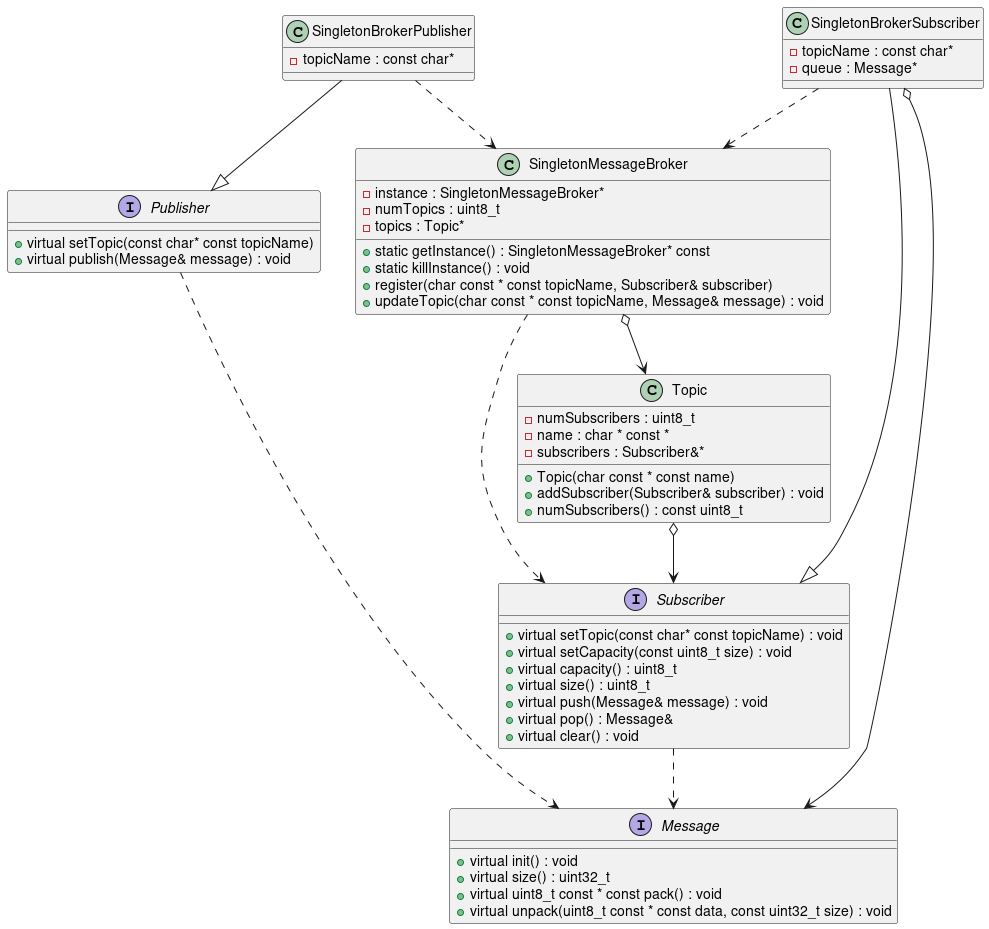
This is design/message-classes.png from The-Arkitekt/the-robot, a PlantUML export, as it was before one commit.
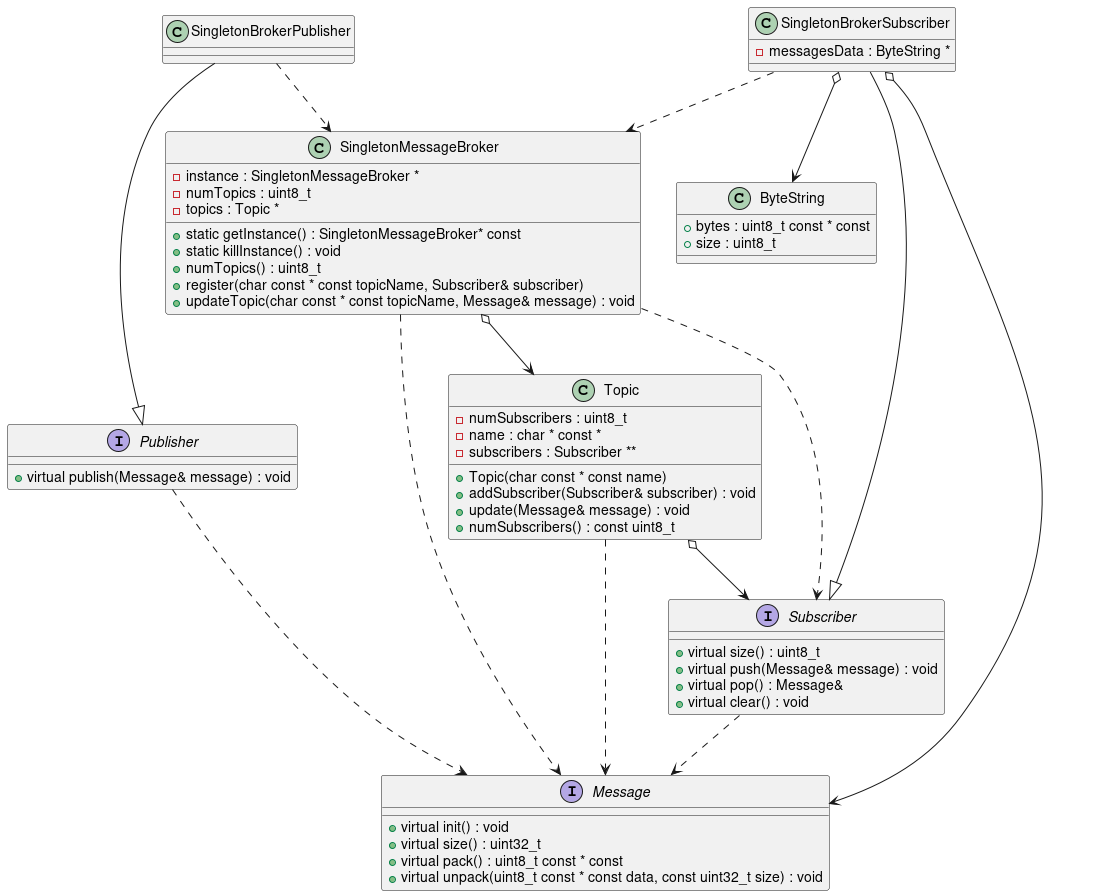
Above is the later version.

What changed in the source:
```diff
@@ -2,15 +2,11 @@
 
 interface Publisher
 {
-  + virtual setTopic(const char* const topicName)
   + virtual publish(Message& message) : void
 }
 
 interface Subscriber
 {
-  + virtual setTopic(const char* const topicName) : void
-  + virtual setCapacity(const uint8_t size) : void
-  + virtual capacity() : uint8_t
   + virtual size() : uint8_t
   + virtual push(Message& message) : void
   + virtual pop() : Message&
@@ -21,42 +17,48 @@
 {
   + virtual init() : void
   + virtual size() : uint32_t
-  + virtual uint8_t const * const pack() : void
+  + virtual pack() : uint8_t const * const
   + virtual unpack(uint8_t const * const data, const uint32_t size) : void
 }
 
 class SingletonBrokerPublisher
 {
-   - topicName : const char*
 }
 
 class SingletonBrokerSubscriber
 {
-  - topicName : const char*
-  - queue : Message*
+  - messagesData : ByteString *
 }
 
 class SingletonMessageBroker
 {
   + static getInstance() : SingletonMessageBroker* const
   + static killInstance() : void
+  + numTopics() : uint8_t
   + register(char const * const topicName, Subscriber& subscriber)
   + updateTopic(char const * const topicName, Message& message) : void
 
-  - instance : SingletonMessageBroker*
+  - instance : SingletonMessageBroker *
   - numTopics : uint8_t
-  - topics : Topic*
+  - topics : Topic *
 }
 
 class Topic
 {
   + Topic(char const * const name)
   + addSubscriber(Subscriber& subscriber) : void
+  + update(Message& message) : void
   + numSubscribers() : const uint8_t
 
   - numSubscribers : uint8_t
   - name : char * const *
-  - subscribers : Subscriber&*
+  - subscribers : Subscriber **
+}
+
+class ByteString
+{
+  + bytes : uint8_t const * const
+  + size : uint8_t
 }
 
 SingletonBrokerPublisher -|> Publisher
@@ -69,10 +71,13 @@
 
 SingletonBrokerPublisher ..> SingletonMessageBroker
 SingletonBrokerSubscriber ..> SingletonMessageBroker
+SingletonBrokerSubscriber o--> ByteString
 
 SingletonMessageBroker ..> Subscriber
+SingletonMessageBroker ..> Message
 SingletonMessageBroker o--> Topic
 
 Topic o--> Subscriber
+Topic ..> Message
 
 @enduml
```
